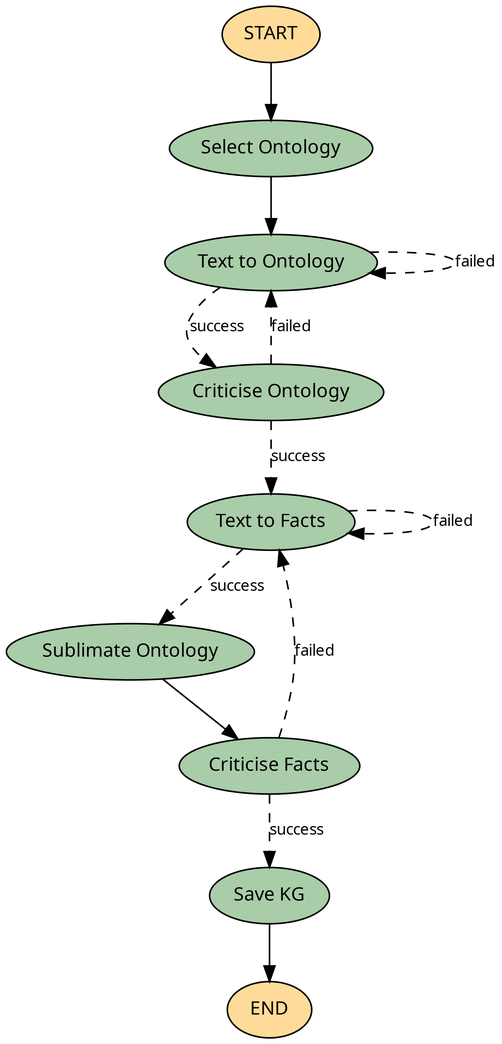
genericrobot77/ontocast keeps this Mermaid diagram as docs/assets/graph.png. Above is the earlier version. Its source is kept beside it as graph.mmd.
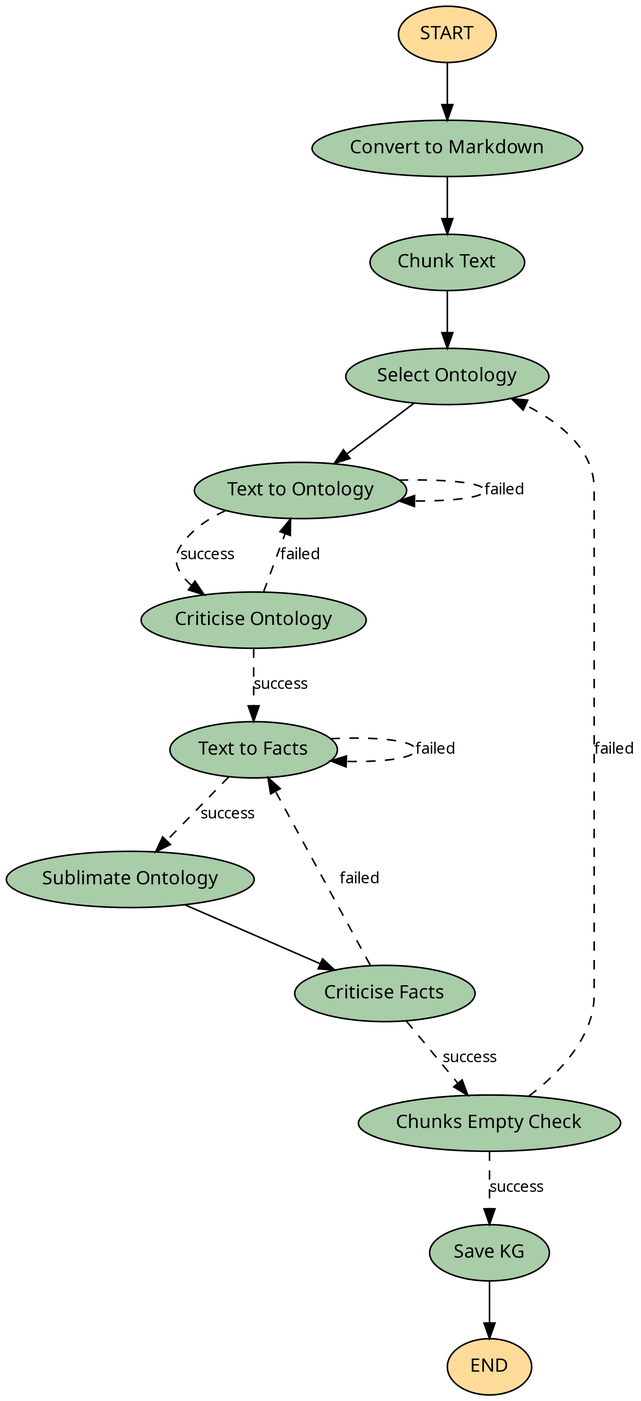
After the commit.

Commit message:
WIP: adding multi-chunk processing

The edit, as a diff of the source:
```diff
@@ -16,23 +16,30 @@
 ---
 graph TD;
 	__start__([<p>__start__</p>]):::first
+	Convert_to_Markdown(Convert to Markdown)
+	Chunk_Text(Chunk Text)
 	Select_Ontology(Select Ontology)
 	Text_to_Ontology(Text to Ontology)
 	Text_to_Facts(Text to Facts)
 	Sublimate_Ontology(Sublimate Ontology)
 	Criticise_Ontology(Criticise Ontology)
 	Criticise_Facts(Criticise Facts)
+	Chunks_Empty_Check(Chunks Empty Check)
 	Save_KG(Save KG)
 	__end__([<p>__end__</p>]):::last
+	Chunk_Text --> Select_Ontology;
+	Convert_to_Markdown --> Chunk_Text;
 	Save_KG --> __end__;
 	Select_Ontology --> Text_to_Ontology;
 	Sublimate_Ontology --> Criticise_Facts;
-	__start__ --> Select_Ontology;
+	__start__ --> Convert_to_Markdown;
+	Chunks_Empty_Check -. &nbsp;success&nbsp; .-> Save_KG;
+	Chunks_Empty_Check -. &nbsp;failed&nbsp; .-> Select_Ontology;
 	Text_to_Ontology -. &nbsp;success&nbsp; .-> Criticise_Ontology;
 	Criticise_Ontology -. &nbsp;success&nbsp; .-> Text_to_Facts;
 	Criticise_Ontology -. &nbsp;failed&nbsp; .-> Text_to_Ontology;
 	Text_to_Facts -. &nbsp;success&nbsp; .-> Sublimate_Ontology;
-	Criticise_Facts -. &nbsp;success&nbsp; .-> Save_KG;
+	Criticise_Facts -. &nbsp;success&nbsp; .-> Chunks_Empty_Check;
 	Criticise_Facts -. &nbsp;failed&nbsp; .-> Text_to_Facts;
 	Text_to_Ontology -. &nbsp;failed&nbsp; .-> Text_to_Ontology;
 	Text_to_Facts -. &nbsp;failed&nbsp; .-> Text_to_Facts;
```
